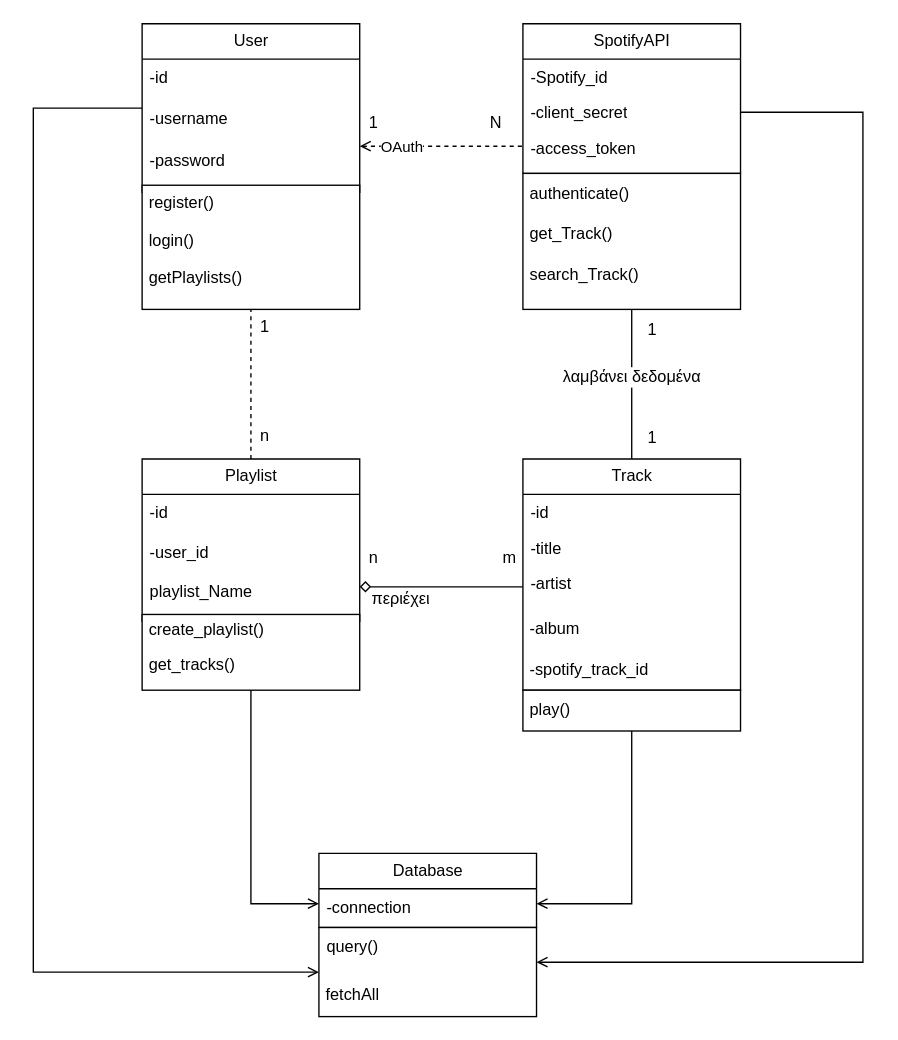
Above: musicclassdiagramspotify.drawio in overnade/MusicWebAppArm (draw.io), before the change. Source tidied: cells renumbered, new cells numbered last; positions are measured from the earlier drawing's top-left corner, leaving out a move shared by most shapes. Both pictures are drawn from the tidied source at 136%, with x=0, y=0 at pixel (33, 23).
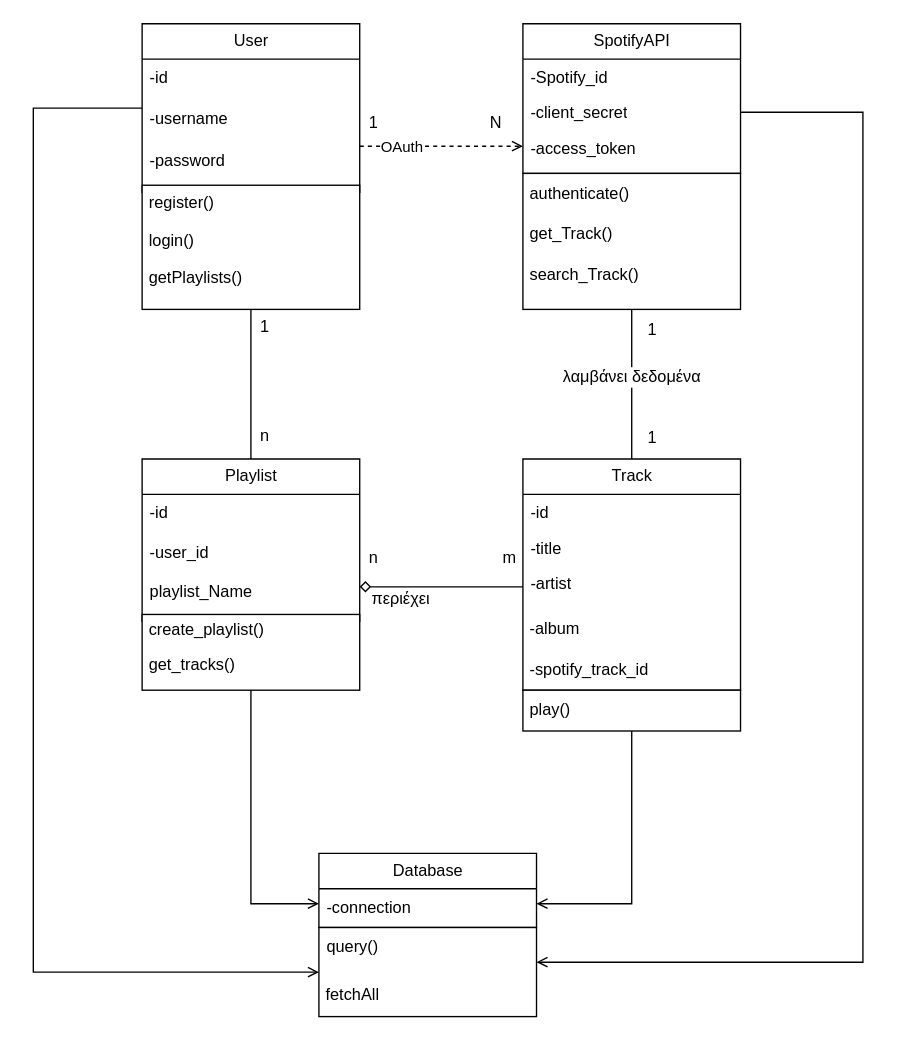
Above is the later version.

The change refers to these unchanged cells:
```xml
<mxCell id="6" value="-password" style="text;strokeColor=none;fillColor=none;align=left;verticalAlign=top;spacingLeft=4;spacingRight=4;overflow=hidden;points=[[0,0.5],[1,0.5]];portConstraint=eastwest;whiteSpace=wrap;html=1;" parent="3" vertex="1">
  <mxGeometry y="86.7" width="160" height="37.3" as="geometry" />
</mxCell>
<mxCell id="7" style="rounded=0;whiteSpace=wrap;html=1;" parent="2" vertex="1">
  <mxGeometry y="118.7" width="160" height="91.3" as="geometry" />
</mxCell>
<mxCell id="12" value="SpotifyAPI" style="swimlane;fontStyle=0;horizontal=1;startSize=26;fillColor=none;html=1;" parent="11" vertex="1">
  <mxGeometry width="160" height="110" as="geometry" />
</mxCell>
<mxCell id="21" value="Playlist" style="swimlane;fontStyle=0;horizontal=1;startSize=26;fillColor=none;html=1;" parent="20" vertex="1">
  <mxGeometry width="160" height="119.3" as="geometry" />
</mxCell>
```

What changed in the source:
```diff
@@
-    <mxCell id="48" style="edgeStyle=orthogonalEdgeStyle;rounded=0;jettySize=auto;html=1;entryX=0.5;entryY=1;entryDx=0;entryDy=0;endArrow=none;startFill=0;startArrow=none;dashed=1;endFill=0;" parent="1" edge="1" source="21" target="7">
+    <mxCell id="48" style="edgeStyle=orthogonalEdgeStyle;rounded=0;jettySize=auto;html=1;entryX=0.5;entryY=1;entryDx=0;entryDy=0;endArrow=none;startFill=0;startArrow=none;endFill=0;" parent="1" edge="1" source="21" target="7">
       <mxGeometry relative="1" as="geometry" />
     </mxCell>
-    <mxCell id="49" style="edgeStyle=orthogonalEdgeStyle;rounded=0;jettySize=auto;html=1;startArrow=open;startFill=0;endArrow=none;dashed=1;" parent="1" edge="1" source="6" target="12">
+    <mxCell id="49" style="edgeStyle=orthogonalEdgeStyle;rounded=0;jettySize=auto;html=1;startArrow=none;startFill=0;endArrow=open;dashed=1;endFill=0;" parent="1" edge="1" source="6" target="12">
       <mxGeometry relative="1" as="geometry">
         <Array as="points">
           <mxPoint x="290" y="90" />
           <mxPoint x="290" y="90" />
         </Array>
       </mxGeometry>
     </mxCell>
```
